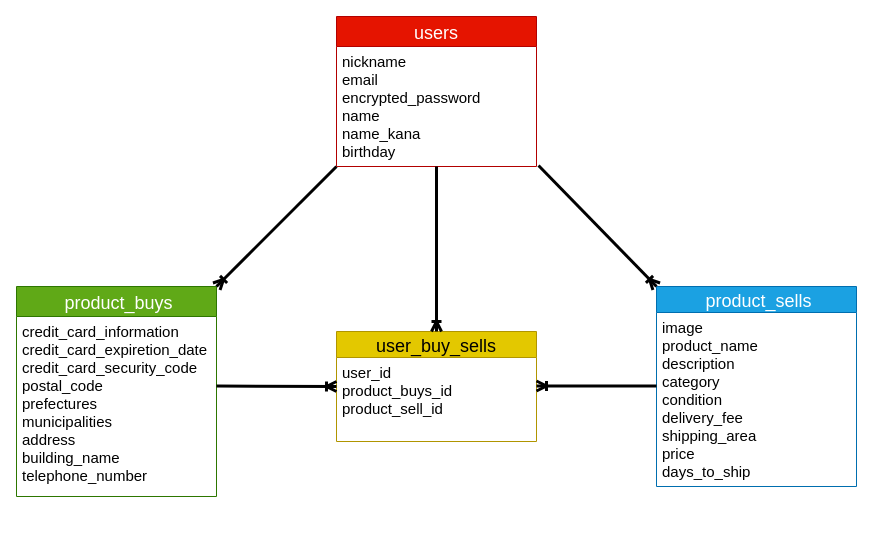
Above: app/detabase.dio in akinari-o/furima-36387 (draw.io), before the change. Source tidied: cells renumbered, new cells numbered last; positions are measured from the earlier drawing's top-left corner, leaving out a move shared by most shapes. Both pictures are drawn from the tidied source at 100%, with x=0, y=0 at pixel (16, 16).
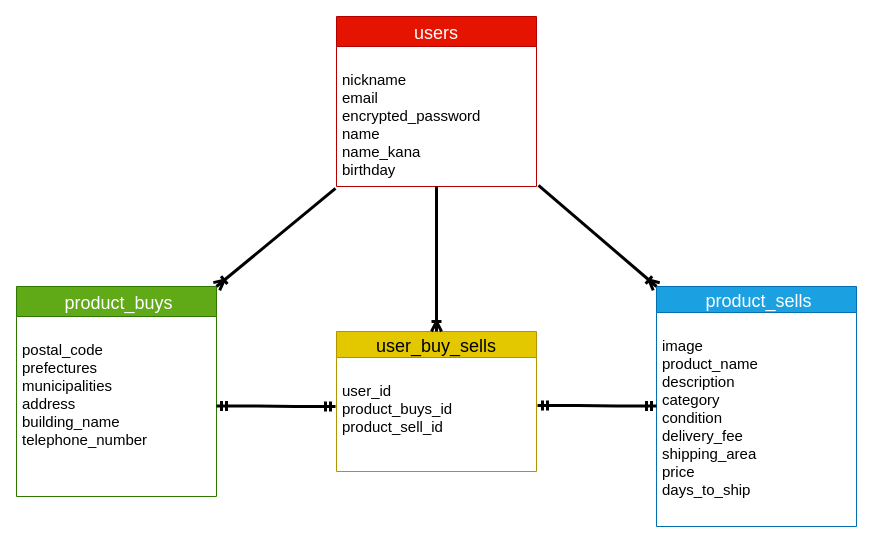
The same diagram, later.

The change refers to these unchanged cells:
```xml
<mxCell id="2" value=" product_buys" style="swimlane;fontStyle=0;horizontal=1;startSize=30;align=center;fontSize=18;labelBackgroundColor=none;labelBorderColor=none;fillColor=#60a917;strokeColor=#2D7600;fontColor=#ffffff;" parent="1" vertex="1">
  <mxGeometry y="270" width="200" height="210" as="geometry" />
</mxCell>
```

Change to the diagram source:
```diff
@@
-    <mxCell id="3" value="credit_card_information&#10;credit_card_expiretion_date&#10;credit_card_security_code&#10;postal_code&#10;prefectures&#10;municipalities&#10;address&#10;building_name&#10;telephone_number&#10;&#10;&#10;" style="text;strokeColor=none;fillColor=none;spacingLeft=4;spacingRight=4;overflow=hidden;fontSize=15;" parent="2" vertex="1">
+    <mxCell id="3" value="&#10;postal_code&#10;prefectures&#10;municipalities&#10;address&#10;building_name&#10;telephone_number&#10;&#10;&#10;" style="text;strokeColor=none;fillColor=none;spacingLeft=4;spacingRight=4;overflow=hidden;fontSize=15;" parent="2" vertex="1">
       <mxGeometry y="30" width="200" height="180" as="geometry" />
     </mxCell>
     <mxCell id="4" value="users" style="swimlane;fontStyle=0;horizontal=1;startSize=30;align=center;fontSize=18;fillColor=#e51400;strokeColor=#B20000;fontColor=#ffffff;" parent="1" vertex="1">
-      <mxGeometry x="320" width="200" height="150" as="geometry" />
+      <mxGeometry x="320" width="200" height="170" as="geometry" />
     </mxCell>
-    <mxCell id="5" value="nickname&#10;email &#10;encrypted_password&#10;name&#10;name_kana&#10;birthday&#10;" style="text;strokeColor=none;fillColor=none;spacingLeft=4;spacingRight=4;overflow=hidden;points=[[0,0.5],[1,0.5]];portConstraint=eastwest;fontSize=15;" parent="4" vertex="1">
-      <mxGeometry y="30" width="200" height="120" as="geometry" />
+    <mxCell id="5" value="&#10;nickname&#10;email &#10;encrypted_password&#10;name&#10;name_kana&#10;birthday&#10;" style="text;strokeColor=none;fillColor=none;spacingLeft=4;spacingRight=4;overflow=hidden;points=[[0,0.5],[1,0.5]];portConstraint=eastwest;fontSize=15;" parent="4" vertex="1">
+      <mxGeometry y="30" width="200" height="140" as="geometry" />
     </mxCell>
     <mxCell id="6" value=" product_sells" style="swimlane;fontStyle=0;horizontal=1;startSize=26;align=center;fontSize=18;fillColor=#1ba1e2;strokeColor=#006EAF;fontColor=#ffffff;" parent="1" vertex="1">
-      <mxGeometry x="640" y="270" width="200" height="200" as="geometry" />
+      <mxGeometry x="640" y="270" width="200" height="240" as="geometry" />
     </mxCell>
-    <mxCell id="7" value="image&#10;product_name&#10;description&#10;category&#10;condition&#10;delivery_fee&#10;shipping_area&#10;price&#10;days_to_ship&#10;&#10;&#10;" style="text;strokeColor=none;fillColor=none;spacingLeft=4;spacingRight=4;overflow=hidden;fontSize=15;" parent="6" vertex="1">
-      <mxGeometry y="26" width="200" height="174" as="geometry" />
+    <mxCell id="7" value="&#10;image&#10;product_name&#10;description&#10;category&#10;condition&#10;delivery_fee&#10;shipping_area&#10;price&#10;days_to_ship&#10;&#10;&#10;" style="text;strokeColor=none;fillColor=none;spacingLeft=4;spacingRight=4;overflow=hidden;fontSize=15;" parent="6" vertex="1">
+      <mxGeometry y="26" width="200" height="214" as="geometry" />
     </mxCell>
     <mxCell id="8" value="user_buy_sells" style="swimlane;fontStyle=0;horizontal=1;startSize=26;align=center;fontSize=18;labelBackgroundColor=none;fillColor=#e3c800;strokeColor=#B09500;fontColor=#000000;" parent="1" vertex="1">
-      <mxGeometry x="320" y="315" width="200" height="110" as="geometry" />
+      <mxGeometry x="320" y="315" width="200" height="140" as="geometry" />
     </mxCell>
-    <mxCell id="9" value="user_id&#10;product_buys_id&#10;product_sell_id" style="text;strokeColor=none;fillColor=none;spacingLeft=4;spacingRight=4;overflow=hidden;points=[[0,0.5],[1,0.5]];portConstraint=eastwest;fontSize=15;" parent="8" vertex="1">
-      <mxGeometry y="26" width="200" height="84" as="geometry" />
+    <mxCell id="9" value="&#10;user_id&#10;product_buys_id&#10;product_sell_id" style="text;strokeColor=none;fillColor=none;spacingLeft=4;spacingRight=4;overflow=hidden;points=[[0,0.5],[1,0.5]];portConstraint=eastwest;fontSize=15;" parent="8" vertex="1">
+      <mxGeometry y="26" width="200" height="114" as="geometry" />
     </mxCell>
@@
-    <mxCell id="11" style="fontSize=12;html=1;endArrow=ERoneToMany;strokeWidth=3;entryX=1;entryY=0;entryDx=0;entryDy=0;" parent="1" edge="1" target="2">
-      <mxGeometry relative="1" as="geometry">
-        <mxPoint x="320" y="150" as="sourcePoint" />
-      </mxGeometry>
+    <mxCell id="11" style="fontSize=12;html=1;endArrow=ERoneToMany;strokeWidth=3;entryX=1;entryY=0;entryDx=0;entryDy=0;exitX=-0.005;exitY=1.014;exitDx=0;exitDy=0;exitPerimeter=0;" parent="1" edge="1" source="5" target="2">
+      <mxGeometry relative="1" as="geometry" />
     </mxCell>
@@
-    <mxCell id="13" style="fontSize=12;html=1;endArrow=ERoneToMany;strokeWidth=3;exitX=1.01;exitY=0.992;exitDx=0;exitDy=0;exitPerimeter=0;entryX=0.5;entryY=0;entryDx=0;entryDy=0;" parent="1" edge="1" target="8">
+    <mxCell id="13" style="fontSize=12;html=1;endArrow=ERoneToMany;strokeWidth=3;entryX=0.5;entryY=0;entryDx=0;entryDy=0;" parent="1" edge="1" target="8">
       <mxGeometry relative="1" as="geometry">
-        <mxPoint x="420" y="150" as="sourcePoint" />
+        <mxPoint x="420" y="170" as="sourcePoint" />
       </mxGeometry>
     </mxCell>
-    <mxCell id="14" style="fontSize=12;html=1;endArrow=ERoneToMany;strokeWidth=3;exitX=1.01;exitY=0.992;exitDx=0;exitDy=0;exitPerimeter=0;" parent="1" edge="1">
-      <mxGeometry relative="1" as="geometry">
-        <mxPoint x="200" y="369.5" as="sourcePoint" />
-        <mxPoint x="320" y="370" as="targetPoint" />
-      </mxGeometry>
-    </mxCell>
-    <mxCell id="15" style="fontSize=12;html=1;endArrow=ERoneToMany;strokeWidth=3;exitX=1.01;exitY=0.992;exitDx=0;exitDy=0;exitPerimeter=0;" parent="1" edge="1">
+    <mxCell id="15" style="edgeStyle=entityRelationEdgeStyle;fontSize=12;html=1;endArrow=ERmandOne;startArrow=ERmandOne;strokeWidth=3;exitX=1.005;exitY=0.421;exitDx=0;exitDy=0;exitPerimeter=0;" parent="1" edge="1" source="9">
       <mxGeometry relative="1" as="geometry">
-        <mxPoint x="640" y="369.5" as="sourcePoint" />
-        <mxPoint x="520" y="369.5" as="targetPoint" />
+        <mxPoint x="640" y="389.5" as="targetPoint" />
       </mxGeometry>
     </mxCell>
+    <mxCell id="16" style="edgeStyle=entityRelationEdgeStyle;fontSize=12;html=1;endArrow=ERmandOne;startArrow=ERmandOne;strokeWidth=3;exitX=1.005;exitY=0.421;exitDx=0;exitDy=0;exitPerimeter=0;" parent="1" edge="1">
+      <mxGeometry relative="1" as="geometry">
+        <mxPoint x="200" y="389.5" as="sourcePoint" />
+        <mxPoint x="319" y="390" as="targetPoint" />
+      </mxGeometry>
+    </mxCell>
```
